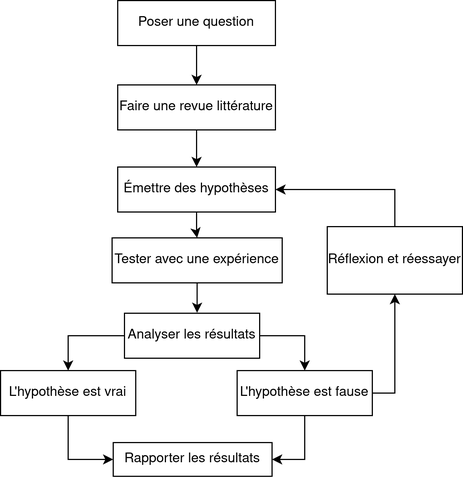
Before: diagramme/methodologie_scientifique.drawio.png, a diagram exported from draw.io (mathben/memoire_generateur_code_2023). Source tidied: cells renumbered, new cells last; positions are measured from the earlier drawing's top-left corner, leaving out a move shared by most shapes.
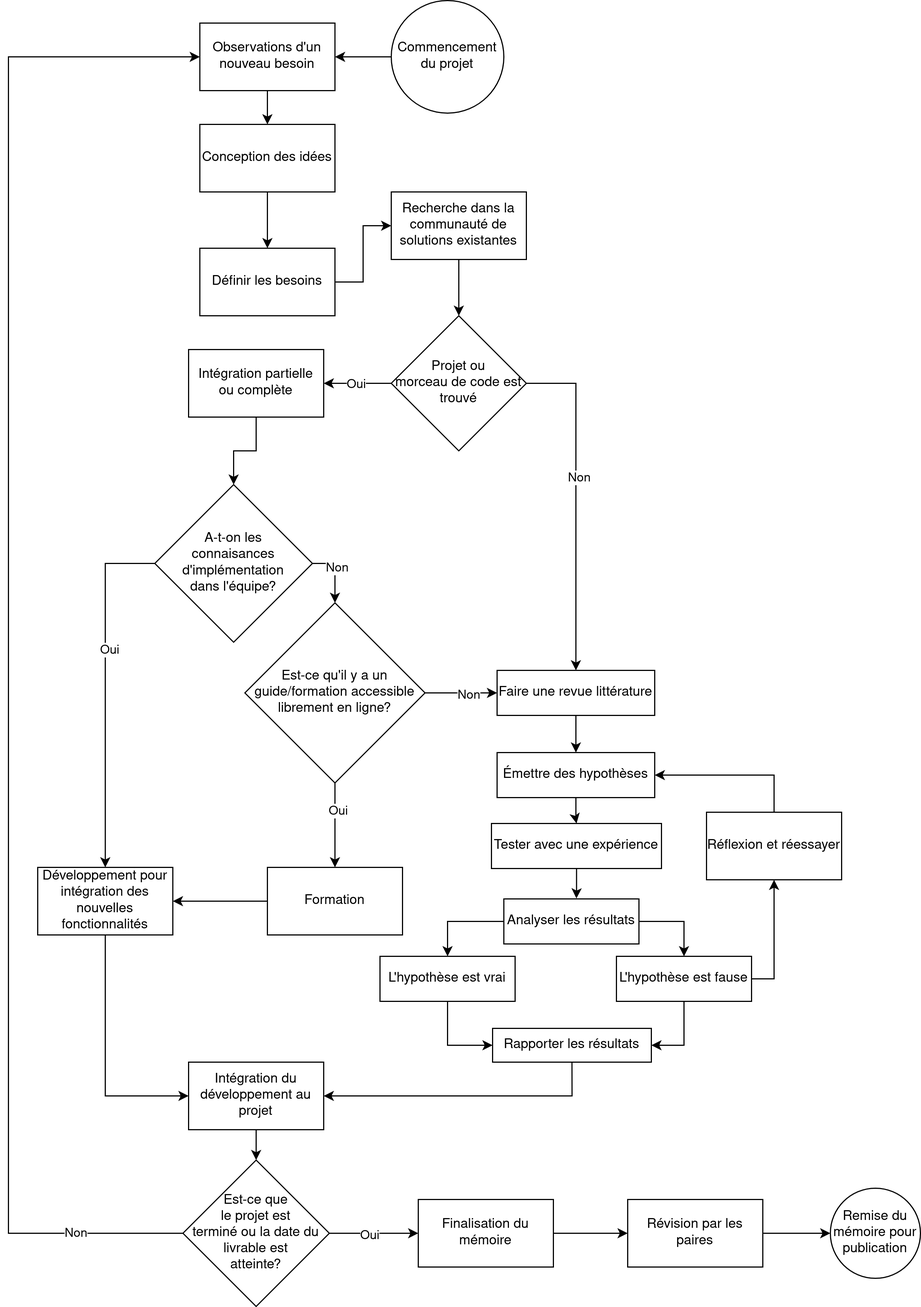
After the commit.

Commit message:
[UPD] diagramme: methodologie scientifique v2

Change to the diagram source:
```diff
@@ -2,12 +2,6 @@
   <root>
     <mxCell id="0" />
     <mxCell id="1" parent="0" />
-    <mxCell id="2" style="edgeStyle=orthogonalEdgeStyle;rounded=0;jettySize=auto;html=1;entryX=0.5;entryY=0;entryDx=0;entryDy=0;" parent="1" edge="1" source="3" target="5">
-      <mxGeometry relative="1" as="geometry" />
-    </mxCell>
-    <mxCell id="3" value="Poser une question" style="rounded=0;whiteSpace=wrap;html=1;" parent="1" vertex="1">
-      <mxGeometry x="104" width="140" height="40" as="geometry" />
-    </mxCell>
     <mxCell id="4" style="edgeStyle=orthogonalEdgeStyle;rounded=0;jettySize=auto;html=1;entryX=0.5;entryY=0;entryDx=0;entryDy=0;" parent="1" edge="1" source="5" target="7">
       <mxGeometry relative="1" as="geometry" />
     </mxCell>
@@ -50,6 +44,9 @@
     <mxCell id="17" value="L'hypothèse est fause" style="rounded=0;whiteSpace=wrap;html=1;" parent="1" vertex="1">
       <mxGeometry x="210" y="329" width="120" height="40" as="geometry" />
     </mxCell>
+    <mxCell id="21" style="edgeStyle=orthogonalEdgeStyle;rounded=0;jettySize=auto;html=1;entryX=1;entryY=0.5;entryDx=0;entryDy=0;exitX=0.5;exitY=1;exitDx=0;exitDy=0;" parent="1" edge="1" source="18" target="45">
+      <mxGeometry relative="1" as="geometry" />
+    </mxCell>
     <mxCell id="18" value="Rapporter les résultats" style="rounded=0;whiteSpace=wrap;html=1;" parent="1" vertex="1">
       <mxGeometry x="100" y="393" width="141" height="30" as="geometry" />
     </mxCell>
@@ -59,5 +56,144 @@
     <mxCell id="20" value="Réflexion et réessayer" style="rounded=0;whiteSpace=wrap;html=1;" parent="1" vertex="1">
       <mxGeometry x="290" y="201" width="120" height="60" as="geometry" />
     </mxCell>
+    <mxCell id="22" style="edgeStyle=orthogonalEdgeStyle;rounded=0;jettySize=auto;html=1;entryX=0;entryY=0.5;entryDx=0;entryDy=0;" parent="1" edge="1" source="23" target="27">
+      <mxGeometry relative="1" as="geometry" />
+    </mxCell>
+    <mxCell id="23" value="Définir les besoins" style="rounded=0;whiteSpace=wrap;html=1;" parent="1" vertex="1">
+      <mxGeometry x="-160" y="-300" width="120" height="60" as="geometry" />
+    </mxCell>
+    <mxCell id="24" style="edgeStyle=orthogonalEdgeStyle;rounded=0;jettySize=auto;html=1;entryX=0;entryY=0.5;entryDx=0;entryDy=0;exitX=0.5;exitY=1;exitDx=0;exitDy=0;" parent="1" edge="1" source="25" target="45">
+      <mxGeometry relative="1" as="geometry" />
+    </mxCell>
+    <mxCell id="25" value="Développement pour intégration des nouvelles fonctionnalités" style="rounded=0;whiteSpace=wrap;html=1;" parent="1" vertex="1">
+      <mxGeometry x="-304" y="250" width="120" height="60" as="geometry" />
+    </mxCell>
+    <mxCell id="26" style="edgeStyle=orthogonalEdgeStyle;rounded=0;jettySize=auto;html=1;entryX=0.5;entryY=0;entryDx=0;entryDy=0;" parent="1" edge="1" source="27" target="41">
+      <mxGeometry relative="1" as="geometry" />
+    </mxCell>
+    <mxCell id="27" value="Recherche dans la communauté de solutions existantes" style="rounded=0;whiteSpace=wrap;html=1;" parent="1" vertex="1">
+      <mxGeometry x="10" y="-350" width="120" height="60" as="geometry" />
+    </mxCell>
+    <mxCell id="28" style="edgeStyle=orthogonalEdgeStyle;rounded=0;jettySize=auto;html=1;entryX=0.5;entryY=0;entryDx=0;entryDy=0;exitX=0;exitY=0.5;exitDx=0;exitDy=0;" parent="1" edge="1" source="32" target="25">
+      <mxGeometry relative="1" as="geometry" />
+    </mxCell>
+    <mxCell id="29" value="Oui" style="edgeLabel;html=1;align=center;verticalAlign=middle;" parent="28" vertex="1">
+      <mxGeometry x="-0.24" y="3" relative="1" as="geometry" />
+    </mxCell>
+    <mxCell id="30" style="edgeStyle=orthogonalEdgeStyle;rounded=0;jettySize=auto;html=1;entryX=0.5;entryY=0;entryDx=0;entryDy=0;exitX=1;exitY=0.5;exitDx=0;exitDy=0;" parent="1" edge="1" source="32" target="61">
+      <mxGeometry relative="1" as="geometry" />
+    </mxCell>
+    <mxCell id="31" value="Non" style="edgeLabel;html=1;align=center;verticalAlign=middle;" parent="30" vertex="1">
+      <mxGeometry x="-0.18" y="1" relative="1" as="geometry" />
+    </mxCell>
+    <mxCell id="32" value="&lt;div&gt;A-t-on les &lt;br&gt;&lt;/div&gt;&lt;div&gt;connaisances d'implémentation &lt;br&gt;&lt;/div&gt;&lt;div&gt;dans l'équipe?&lt;/div&gt;" style="rhombus;whiteSpace=wrap;html=1;" parent="1" vertex="1">
+      <mxGeometry x="-200" y="-90" width="140" height="140" as="geometry" />
+    </mxCell>
+    <mxCell id="33" style="edgeStyle=orthogonalEdgeStyle;rounded=0;jettySize=auto;html=1;" parent="1" edge="1" source="34" target="36">
+      <mxGeometry relative="1" as="geometry" />
+    </mxCell>
+    <mxCell id="34" value="Observations d'un nouveau besoin" style="rounded=0;whiteSpace=wrap;html=1;" parent="1" vertex="1">
+      <mxGeometry x="-160" y="-500" width="120" height="60" as="geometry" />
+    </mxCell>
+    <mxCell id="35" style="edgeStyle=orthogonalEdgeStyle;rounded=0;jettySize=auto;html=1;entryX=0.5;entryY=0;entryDx=0;entryDy=0;" parent="1" edge="1" source="36" target="23">
+      <mxGeometry relative="1" as="geometry" />
+    </mxCell>
+    <mxCell id="36" value="Conception des idées" style="rounded=0;whiteSpace=wrap;html=1;" parent="1" vertex="1">
+      <mxGeometry x="-160" y="-410" width="120" height="60" as="geometry" />
+    </mxCell>
+    <mxCell id="37" style="edgeStyle=orthogonalEdgeStyle;rounded=0;jettySize=auto;html=1;exitX=0;exitY=0.5;exitDx=0;exitDy=0;" parent="1" edge="1" source="41" target="43">
+      <mxGeometry relative="1" as="geometry" />
+    </mxCell>
+    <mxCell id="38" value="Oui" style="edgeLabel;html=1;align=center;verticalAlign=middle;" parent="37" vertex="1">
+      <mxGeometry x="0.03" relative="1" as="geometry" />
+    </mxCell>
+    <mxCell id="39" style="edgeStyle=orthogonalEdgeStyle;rounded=0;jettySize=auto;html=1;entryX=0.5;entryY=0;entryDx=0;entryDy=0;exitX=1;exitY=0.5;exitDx=0;exitDy=0;" parent="1" edge="1" source="41" target="5">
+      <mxGeometry relative="1" as="geometry" />
+    </mxCell>
+    <mxCell id="40" value="Non" style="edgeLabel;html=1;align=center;verticalAlign=middle;" parent="39" vertex="1">
+      <mxGeometry x="-0.14" y="2" relative="1" as="geometry" />
+    </mxCell>
+    <mxCell id="41" value="&lt;div&gt;Projet ou &lt;br&gt;&lt;/div&gt;&lt;div&gt;morceau de code est &lt;br&gt;&lt;/div&gt;&lt;div&gt;trouvé&lt;/div&gt;" style="rhombus;whiteSpace=wrap;html=1;" parent="1" vertex="1">
+      <mxGeometry x="10" y="-240" width="120" height="120" as="geometry" />
+    </mxCell>
+    <mxCell id="42" style="edgeStyle=orthogonalEdgeStyle;rounded=0;jettySize=auto;html=1;entryX=0.5;entryY=0;entryDx=0;entryDy=0;" parent="1" edge="1" source="43" target="32">
+      <mxGeometry relative="1" as="geometry" />
+    </mxCell>
+    <mxCell id="43" value="Intégration partielle ou complète" style="rounded=0;whiteSpace=wrap;html=1;" parent="1" vertex="1">
+      <mxGeometry x="-170" y="-210" width="120" height="60" as="geometry" />
+    </mxCell>
+    <mxCell id="44" style="edgeStyle=orthogonalEdgeStyle;rounded=0;jettySize=auto;html=1;entryX=0.5;entryY=0;entryDx=0;entryDy=0;" parent="1" edge="1" source="45" target="50">
+      <mxGeometry relative="1" as="geometry" />
+    </mxCell>
+    <mxCell id="45" value="Intégration du développement au projet" style="rounded=0;whiteSpace=wrap;html=1;" parent="1" vertex="1">
+      <mxGeometry x="-170" y="423" width="120" height="60" as="geometry" />
+    </mxCell>
+    <mxCell id="46" style="edgeStyle=orthogonalEdgeStyle;rounded=0;jettySize=auto;html=1;entryX=0;entryY=0.5;entryDx=0;entryDy=0;exitX=0;exitY=0.5;exitDx=0;exitDy=0;" parent="1" edge="1" source="50" target="34">
+      <mxGeometry relative="1" as="geometry">
+        <Array as="points">
+          <mxPoint x="-330" y="575" />
+          <mxPoint x="-330" y="-470" />
+        </Array>
+      </mxGeometry>
+    </mxCell>
+    <mxCell id="47" value="Non" style="edgeLabel;html=1;align=center;verticalAlign=middle;" parent="46" vertex="1">
+      <mxGeometry x="-0.86" y="-1" relative="1" as="geometry" />
+    </mxCell>
+    <mxCell id="48" style="edgeStyle=orthogonalEdgeStyle;rounded=0;jettySize=auto;html=1;entryX=0;entryY=0.5;entryDx=0;entryDy=0;" parent="1" edge="1" source="50" target="52">
+      <mxGeometry relative="1" as="geometry" />
+    </mxCell>
+    <mxCell id="49" value="Oui" style="edgeLabel;html=1;align=center;verticalAlign=middle;" parent="48" vertex="1">
+      <mxGeometry x="-0.08" y="-1" relative="1" as="geometry" />
+    </mxCell>
+    <mxCell id="50" value="&lt;div&gt;Est-ce que &lt;br&gt;&lt;/div&gt;&lt;div&gt;le projet est &lt;br&gt;&lt;/div&gt;&lt;div&gt;terminé ou la date du &lt;br&gt;&lt;/div&gt;&lt;div&gt;livrable est &lt;br&gt;&lt;/div&gt;&lt;div&gt;atteinte?&lt;/div&gt;" style="rhombus;whiteSpace=wrap;html=1;" parent="1" vertex="1">
+      <mxGeometry x="-175" y="510" width="130" height="130" as="geometry" />
+    </mxCell>
+    <mxCell id="51" style="edgeStyle=orthogonalEdgeStyle;rounded=0;jettySize=auto;html=1;entryX=0;entryY=0.5;entryDx=0;entryDy=0;" parent="1" edge="1" source="52" target="63">
+      <mxGeometry relative="1" as="geometry" />
+    </mxCell>
+    <mxCell id="52" value="Finalisation du mémoire" style="rounded=0;whiteSpace=wrap;html=1;" parent="1" vertex="1">
+      <mxGeometry x="34" y="545" width="120" height="60" as="geometry" />
+    </mxCell>
+    <mxCell id="53" style="edgeStyle=orthogonalEdgeStyle;rounded=0;jettySize=auto;html=1;entryX=1;entryY=0.5;entryDx=0;entryDy=0;" parent="1" edge="1" source="54" target="34">
+      <mxGeometry relative="1" as="geometry" />
+    </mxCell>
+    <mxCell id="54" value="Commencement du projet" style="ellipse;whiteSpace=wrap;html=1;" parent="1" vertex="1">
+      <mxGeometry x="10" y="-520" width="100" height="100" as="geometry" />
+    </mxCell>
+    <mxCell id="55" style="edgeStyle=orthogonalEdgeStyle;rounded=0;jettySize=auto;html=1;entryX=1;entryY=0.5;entryDx=0;entryDy=0;" parent="1" edge="1" source="56" target="25">
+      <mxGeometry relative="1" as="geometry" />
+    </mxCell>
+    <mxCell id="56" value="Formation" style="rounded=0;whiteSpace=wrap;html=1;" parent="1" vertex="1">
+      <mxGeometry x="-100" y="250" width="120" height="60" as="geometry" />
+    </mxCell>
+    <mxCell id="57" style="edgeStyle=orthogonalEdgeStyle;rounded=0;jettySize=auto;html=1;entryX=0;entryY=0.5;entryDx=0;entryDy=0;" parent="1" edge="1" source="61" target="5">
+      <mxGeometry relative="1" as="geometry">
+        <Array as="points">
+          <mxPoint x="70" y="95" />
+          <mxPoint x="70" y="95" />
+        </Array>
+      </mxGeometry>
+    </mxCell>
+    <mxCell id="58" value="Non" style="edgeLabel;html=1;align=center;verticalAlign=middle;" parent="57" vertex="1">
+      <mxGeometry x="0.19" y="-1" relative="1" as="geometry" />
+    </mxCell>
+    <mxCell id="59" style="edgeStyle=orthogonalEdgeStyle;rounded=0;jettySize=auto;html=1;entryX=0.5;entryY=0;entryDx=0;entryDy=0;" parent="1" edge="1" source="61" target="56">
+      <mxGeometry relative="1" as="geometry" />
+    </mxCell>
+    <mxCell id="60" value="Oui" style="edgeLabel;html=1;align=center;verticalAlign=middle;" parent="59" vertex="1">
+      <mxGeometry x="-0.36" y="2" relative="1" as="geometry" />
+    </mxCell>
+    <mxCell id="61" value="Est-ce qu'il y a un guide/formation accessible librement en ligne?" style="rhombus;whiteSpace=wrap;html=1;" parent="1" vertex="1">
+      <mxGeometry x="-120" y="15" width="160" height="160" as="geometry" />
+    </mxCell>
+    <mxCell id="62" style="edgeStyle=orthogonalEdgeStyle;rounded=0;jettySize=auto;html=1;entryX=0;entryY=0.5;entryDx=0;entryDy=0;" parent="1" edge="1" source="63" target="64">
+      <mxGeometry relative="1" as="geometry" />
+    </mxCell>
+    <mxCell id="63" value="Révision par les paires" style="rounded=0;whiteSpace=wrap;html=1;" parent="1" vertex="1">
+      <mxGeometry x="220" y="545" width="120" height="60" as="geometry" />
+    </mxCell>
+    <mxCell id="64" value="Remise du mémoire pour publication" style="ellipse;whiteSpace=wrap;html=1;" parent="1" vertex="1">
+      <mxGeometry x="400" y="535" width="80" height="80" as="geometry" />
+    </mxCell>
   </root>
 </mxGraphModel>
```
